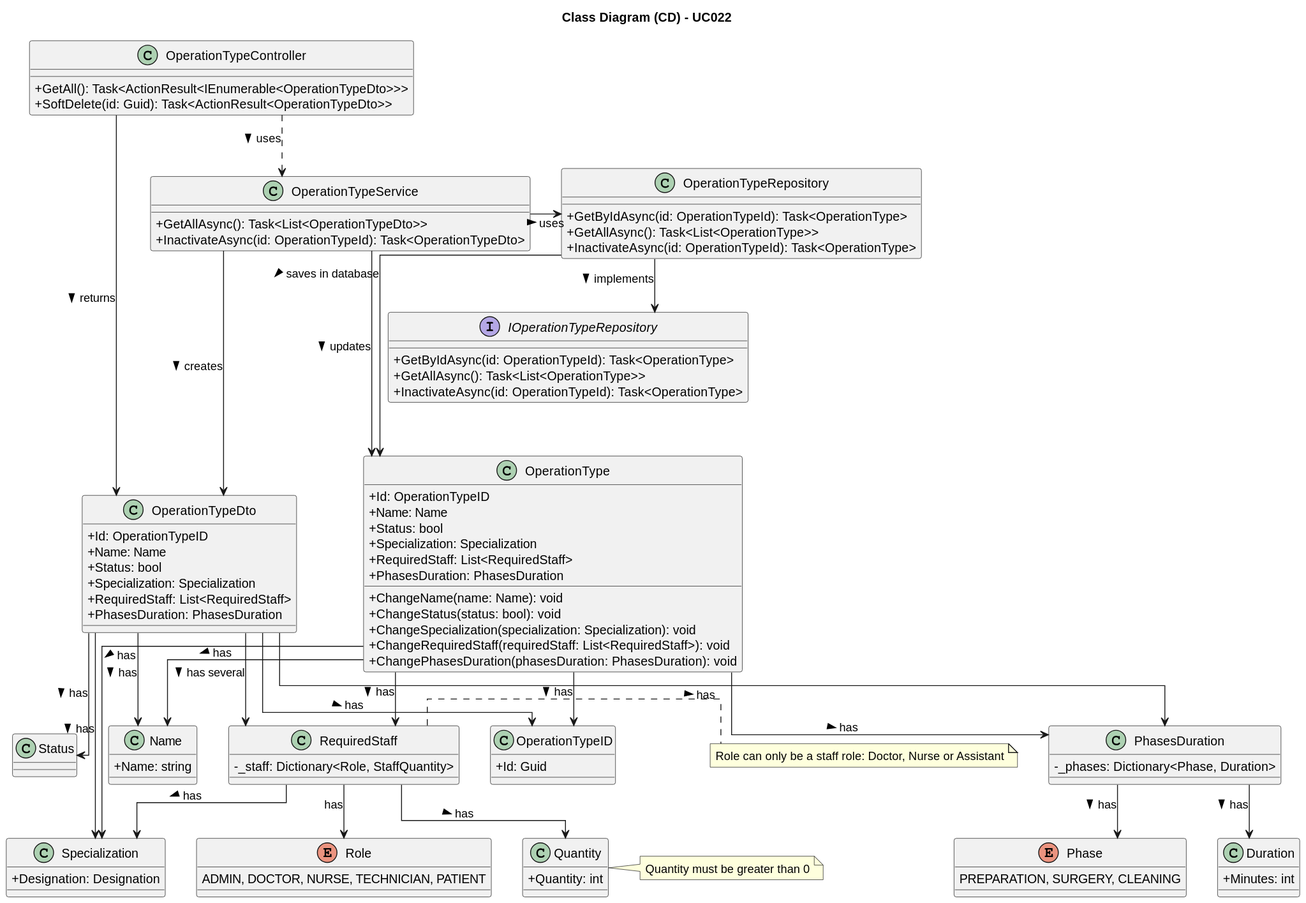
This is docs/SprintA/UseCases/UC022/03.design/svg/uc022-class-diagram.svg from 1221124/sem5pi-24-25-g031, a PlantUML export, as it was before one commit.
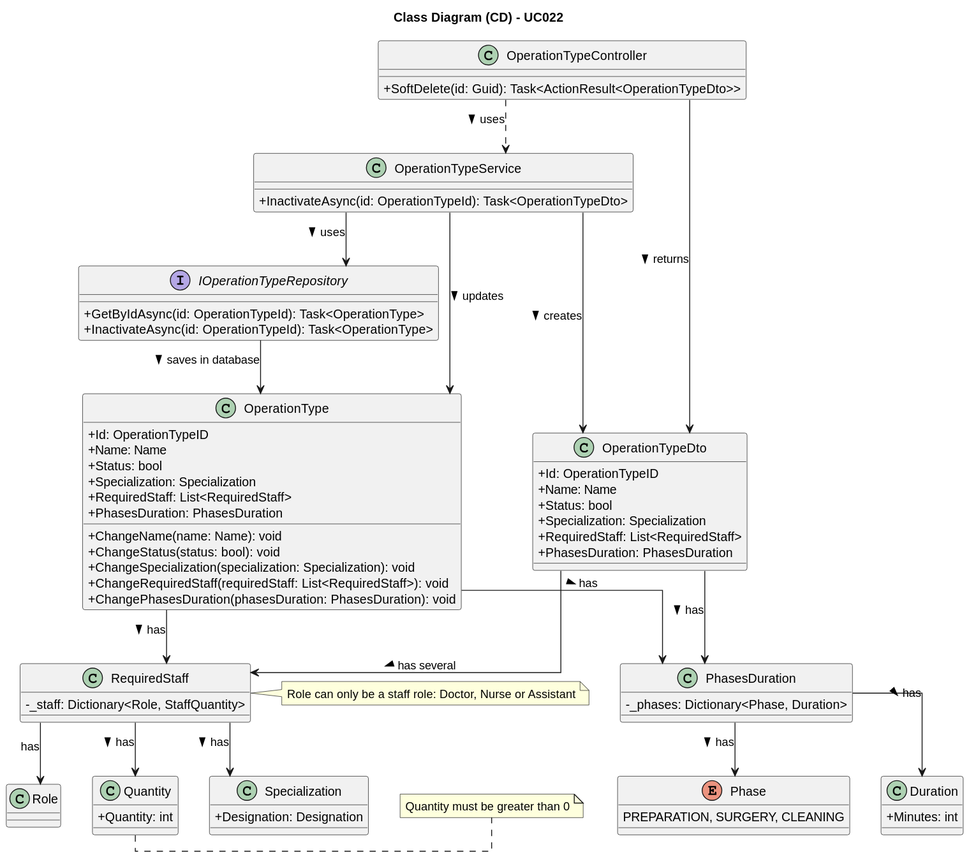
After the commit.

Diff of the diagram source:
```diff
@@ -10,24 +10,15 @@
 title Class Diagram (CD) - UC022
 
 class OperationTypeController {
-    +GetAll(): Task<ActionResult<IEnumerable<OperationTypeDto>>>
     +SoftDelete(id: Guid): Task<ActionResult<OperationTypeDto>>
 }
 
 class OperationTypeService {
-    +GetAllAsync(): Task<List<OperationTypeDto>>
     +InactivateAsync(id: OperationTypeId): Task<OperationTypeDto>
-}
-
-class OperationTypeRepository {
-    +GetByIdAsync(id: OperationTypeId): Task<OperationType>
-    +GetAllAsync(): Task<List<OperationType>>
-    +InactivateAsync(id: OperationTypeId): Task<OperationType>
 }
 
 interface IOperationTypeRepository {
     +GetByIdAsync(id: OperationTypeId): Task<OperationType>
-    +GetAllAsync(): Task<List<OperationType>>
     +InactivateAsync(id: OperationTypeId): Task<OperationType>
 }
 
@@ -84,38 +75,21 @@
     +Minutes: int
 }
 
-class Name {
-    +Name: string
-}
 
-class OperationTypeID {
-    +Id: Guid
-}
 
-enum Role {
-    ADMIN, DOCTOR, NURSE, TECHNICIAN, PATIENT
-}
 
 OperationTypeController .> OperationTypeService : > uses
 OperationTypeController ----> OperationTypeDto : > returns
 
-OperationTypeService -> OperationTypeRepository : > uses
+OperationTypeService -> IOperationTypeRepository : > uses
 OperationTypeService ---> OperationType : > updates
 OperationTypeService ---> OperationTypeDto : > creates
 
-OperationTypeRepository --> IOperationTypeRepository : > implements
-OperationTypeRepository --> OperationType : > saves in database
+IOperationTypeRepository --> OperationType : > saves in database
 
-OperationType --> OperationTypeID : > has
-OperationType --> Name : > has
-OperationType --> Specialization : > has
 OperationType --> RequiredStaff : > has
 OperationType --> PhasesDuration : > has
 
-OperationTypeDto --> OperationTypeID : > has
-OperationTypeDto --> Name : > has
-OperationTypeDto --> Status : > has
-OperationTypeDto --> Specialization : > has
 OperationTypeDto --> RequiredStaff : > has several
 OperationTypeDto --> PhasesDuration : > has
 
```
